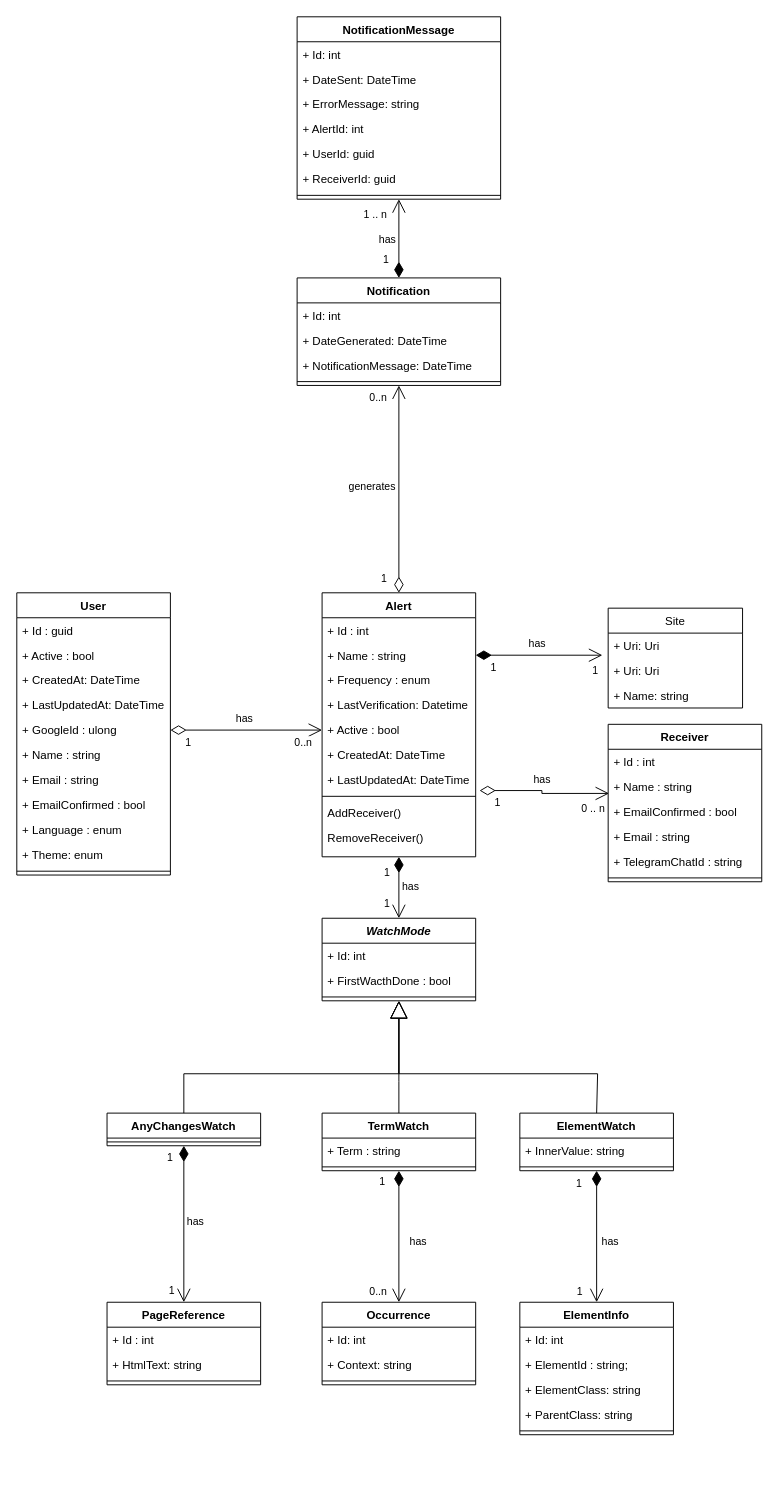
xilapa/SiteWatcher keeps this draw.io diagram as docs/SiteWatcher-ClassDiagram.drawio. Above is the earlier version. Source tidied: cells renumbered, new cells numbered last; positions are measured from the earlier drawing's top-left corner, leaving out a move shared by most shapes. Both pictures are drawn from the tidied source at 96%, with x=0, y=0 at pixel (16, 16).
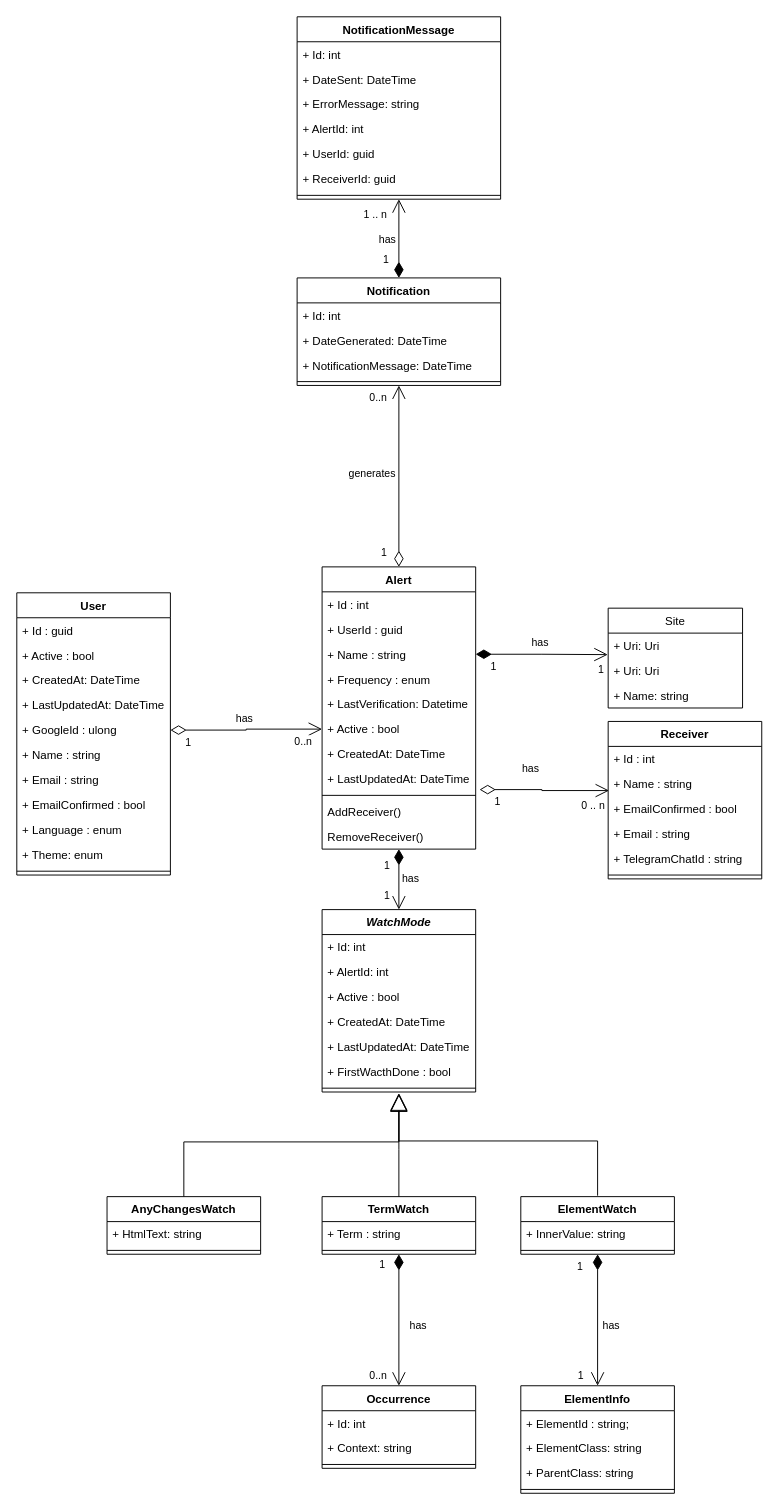
The same diagram, later.

Commit message:
adjust on watch mode class on diagram

The change refers to these unchanged cells:
```xml
<mxCell id="86" value="+ Uri: Uri" style="text;strokeColor=none;fillColor=none;align=left;verticalAlign=top;spacingLeft=4;spacingRight=4;overflow=hidden;points=[[0,0.5],[1,0.5]];portConstraint=eastwest;" parent="85" vertex="1">
  <mxGeometry y="26" width="140" height="26" as="geometry" />
</mxCell>
<mxCell id="87" value="+ Uri: Uri" style="text;strokeColor=none;fillColor=none;align=left;verticalAlign=top;spacingLeft=4;spacingRight=4;overflow=hidden;points=[[0,0.5],[1,0.5]];portConstraint=eastwest;" parent="85" vertex="1">
  <mxGeometry y="52" width="140" height="26" as="geometry" />
</mxCell>
```

Diff of the diagram source:
```diff
@@
     <mxCell id="14" value="Alert" style="swimlane;fontStyle=1;align=center;verticalAlign=top;horizontal=1;startSize=26;rounded=0;shadow=0;strokeWidth=1;" parent="1" vertex="1">
-      <mxGeometry x="318" y="600" width="160" height="275" as="geometry" />
+      <mxGeometry x="318" y="573" width="160" height="294" as="geometry" />
     </mxCell>
@@
+    <mxCell id="106" value="+ UserId : guid" style="text;align=left;verticalAlign=top;spacingLeft=4;spacingRight=4;overflow=hidden;" parent="14" vertex="1">
+      <mxGeometry y="52" width="160" height="26" as="geometry" />
+    </mxCell>
     <mxCell id="16" value="+ Name : string" style="text;align=left;verticalAlign=top;spacingLeft=4;spacingRight=4;overflow=hidden;points=[[0,0.5],[1,0.5]];portConstraint=eastwest;" parent="14" vertex="1">
-      <mxGeometry y="52" width="160" height="26" as="geometry" />
+      <mxGeometry y="78" width="160" height="26" as="geometry" />
     </mxCell>
     <mxCell id="17" value="+ Frequency : enum" style="text;align=left;verticalAlign=top;spacingLeft=4;spacingRight=4;overflow=hidden;rounded=0;shadow=0;html=0;" parent="14" vertex="1">
-      <mxGeometry y="78" width="160" height="26" as="geometry" />
+      <mxGeometry y="104" width="160" height="26" as="geometry" />
     </mxCell>
     <mxCell id="18" value="+ LastVerification: Datetime" style="text;align=left;verticalAlign=top;spacingLeft=4;spacingRight=4;overflow=hidden;rounded=0;shadow=0;html=0;" parent="14" vertex="1">
-      <mxGeometry y="104" width="160" height="26" as="geometry" />
+      <mxGeometry y="130" width="160" height="26" as="geometry" />
     </mxCell>
     <mxCell id="19" value="+ Active : bool" style="text;align=left;verticalAlign=top;spacingLeft=4;spacingRight=4;overflow=hidden;points=[[0,0.5],[1,0.5]];portConstraint=eastwest;rounded=0;shadow=0;html=0;" parent="14" vertex="1">
-      <mxGeometry y="130" width="160" height="26" as="geometry" />
+      <mxGeometry y="156" width="160" height="26" as="geometry" />
     </mxCell>
     <mxCell id="20" value="+ CreatedAt: DateTime" style="text;align=left;verticalAlign=top;spacingLeft=4;spacingRight=4;overflow=hidden;" parent="14" vertex="1">
-      <mxGeometry y="156" width="160" height="26" as="geometry" />
+      <mxGeometry y="182" width="160" height="26" as="geometry" />
     </mxCell>
     <mxCell id="21" value="+ LastUpdatedAt: DateTime" style="text;align=left;verticalAlign=top;spacingLeft=4;spacingRight=4;overflow=hidden;points=[[0,0.5],[1,0.5]];portConstraint=eastwest;" parent="14" vertex="1">
-      <mxGeometry y="182" width="160" height="26" as="geometry" />
+      <mxGeometry y="208" width="160" height="26" as="geometry" />
     </mxCell>
     <mxCell id="22" style="line;html=1;strokeWidth=1;align=left;verticalAlign=middle;spacingTop=-1;spacingLeft=3;spacingRight=3;labelPosition=right;" parent="14" vertex="1">
-      <mxGeometry y="208" width="160" height="8" as="geometry" />
+      <mxGeometry y="234" width="160" height="8" as="geometry" />
     </mxCell>
     <mxCell id="23" value="AddReceiver()" style="text;align=left;verticalAlign=top;spacingLeft=4;spacingRight=4;overflow=hidden;rounded=0;shadow=0;html=0;" parent="14" vertex="1">
-      <mxGeometry y="216" width="160" height="26" as="geometry" />
+      <mxGeometry y="242" width="160" height="26" as="geometry" />
     </mxCell>
     <mxCell id="24" value="RemoveReceiver()" style="text;align=left;verticalAlign=top;spacingLeft=4;spacingRight=4;overflow=hidden;rounded=0;shadow=0;html=0;" parent="14" vertex="1">
-      <mxGeometry y="242" width="160" height="26" as="geometry" />
+      <mxGeometry y="268" width="160" height="26" as="geometry" />
     </mxCell>
@@
     <mxCell id="26" value="Receiver" style="swimlane;fontStyle=1;align=center;verticalAlign=top;horizontal=1;startSize=26;" parent="1" vertex="1">
-      <mxGeometry x="616" y="737" width="160" height="164" as="geometry" />
+      <mxGeometry x="616" y="734" width="160" height="164" as="geometry" />
     </mxCell>
@@
     <mxCell id="33" value="WatchMode" style="swimlane;fontStyle=3;align=center;verticalAlign=top;horizontal=1;startSize=26;" parent="1" vertex="1">
-      <mxGeometry x="318" y="939" width="160" height="86" as="geometry" />
+      <mxGeometry x="318" y="930" width="160" height="190" as="geometry" />
     </mxCell>
@@
+    <mxCell id="107" value="+ AlertId: int" style="text;strokeColor=none;fillColor=none;align=left;verticalAlign=top;spacingLeft=4;spacingRight=4;overflow=hidden;" parent="33" vertex="1">
+      <mxGeometry y="52" width="160" height="26" as="geometry" />
+    </mxCell>
+    <mxCell id="108" value="+ Active : bool" style="text;align=left;verticalAlign=top;spacingLeft=4;spacingRight=4;overflow=hidden;" parent="33" vertex="1">
+      <mxGeometry y="78" width="160" height="26" as="geometry" />
+    </mxCell>
+    <mxCell id="109" value="+ CreatedAt: DateTime" style="text;align=left;verticalAlign=top;spacingLeft=4;spacingRight=4;overflow=hidden;" parent="33" vertex="1">
+      <mxGeometry y="104" width="160" height="26" as="geometry" />
+    </mxCell>
+    <mxCell id="110" value="+ LastUpdatedAt: DateTime" style="text;align=left;verticalAlign=top;spacingLeft=4;spacingRight=4;overflow=hidden;" parent="33" vertex="1">
+      <mxGeometry y="130" width="160" height="26" as="geometry" />
+    </mxCell>
     <mxCell id="35" value="+ FirstWacthDone : bool" style="text;strokeColor=none;fillColor=none;align=left;verticalAlign=top;spacingLeft=4;spacingRight=4;overflow=hidden;" parent="33" vertex="1">
-      <mxGeometry y="52" width="160" height="26" as="geometry" />
+      <mxGeometry y="156" width="160" height="26" as="geometry" />
     </mxCell>
     <mxCell id="36" style="line;strokeWidth=1;fillColor=none;align=left;verticalAlign=middle;spacingTop=-1;spacingLeft=3;spacingRight=3;labelPosition=right;" parent="33" vertex="1">
-      <mxGeometry y="78" width="160" height="8" as="geometry" />
+      <mxGeometry y="182" width="160" height="8" as="geometry" />
     </mxCell>
@@
     <mxCell id="40" value="AnyChangesWatch" style="swimlane;fontStyle=1;align=center;verticalAlign=top;horizontal=1;startSize=26;" parent="1" vertex="1">
-      <mxGeometry x="94" y="1142" width="160" height="34" as="geometry" />
+      <mxGeometry x="94" y="1229" width="160" height="60" as="geometry" />
     </mxCell>
+    <mxCell id="53" value="+ HtmlText: string" style="text;strokeColor=none;fillColor=none;align=left;verticalAlign=top;spacingLeft=4;spacingRight=4;overflow=hidden;" parent="40" vertex="1">
+      <mxGeometry y="26" width="160" height="26" as="geometry" />
+    </mxCell>
     <mxCell id="41" style="line;strokeWidth=1;fillColor=none;align=left;verticalAlign=middle;spacingTop=-1;spacingLeft=3;spacingRight=3;labelPosition=right;" parent="40" vertex="1">
-      <mxGeometry y="26" width="160" height="8" as="geometry" />
+      <mxGeometry y="52" width="160" height="8" as="geometry" />
     </mxCell>
     <mxCell id="42" value="TermWatch" style="swimlane;fontStyle=1;align=center;verticalAlign=top;horizontal=1;startSize=26;" parent="1" vertex="1">
-      <mxGeometry x="318" y="1142" width="160" height="60" as="geometry" />
+      <mxGeometry x="318" y="1229" width="160" height="60" as="geometry" />
     </mxCell>
@@
     <mxCell id="45" value="ElementWatch" style="swimlane;fontStyle=1;align=center;verticalAlign=top;horizontal=1;startSize=26;" parent="1" vertex="1">
-      <mxGeometry x="524" y="1142" width="160" height="60" as="geometry" />
+      <mxGeometry x="525" y="1229" width="160" height="60" as="geometry" />
     </mxCell>
@@
-    <mxCell id="48" style="endArrow=block;endSize=16;endFill=0;html=1;rounded=0;entryX=0.5;entryY=1;entryDx=0;entryDy=0;exitX=0.5;exitY=0;exitDx=0;exitDy=0;" parent="1" edge="1" source="40" target="33">
+    <mxCell id="48" style="endArrow=block;endSize=16;endFill=0;html=1;rounded=0;entryX=0.5;entryY=1;entryDx=0;entryDy=0;exitX=0.5;exitY=0;exitDx=0;exitDy=0;" parent="1" edge="1" source="40">
       <mxGeometry relative="1" as="geometry">
+        <mxPoint x="398" y="1122" as="targetPoint" />
         <Array as="points">
-          <mxPoint x="174" y="1101" />
-          <mxPoint x="398" y="1101" />
+          <mxPoint x="174" y="1172" />
+          <mxPoint x="398" y="1172" />
         </Array>
       </mxGeometry>
     </mxCell>
-    <mxCell id="49" style="endArrow=block;endSize=16;endFill=0;html=1;rounded=0;entryX=0.5;entryY=1;entryDx=0;entryDy=0;" parent="1" edge="1" source="42" target="33">
+    <mxCell id="49" style="endArrow=block;endSize=16;endFill=0;html=1;rounded=0;entryX=0.5;entryY=1;entryDx=0;entryDy=0;exitX=0.5;exitY=0;exitDx=0;exitDy=0;" parent="1" edge="1" source="42">
       <mxGeometry relative="1" as="geometry">
+        <mxPoint x="398" y="1122" as="targetPoint" />
         <Array as="points">
-          <mxPoint x="398" y="1109" />
+          <mxPoint x="398" y="1180" />
         </Array>
       </mxGeometry>
     </mxCell>
-    <mxCell id="50" style="endArrow=block;endSize=16;endFill=0;html=1;rounded=0;exitX=0.5;exitY=0;exitDx=0;exitDy=0;entryX=0.5;entryY=1;entryDx=0;entryDy=0;" parent="1" edge="1" source="45" target="33">
+    <mxCell id="50" style="endArrow=block;endSize=16;endFill=0;html=1;rounded=0;exitX=0.5;exitY=0;exitDx=0;exitDy=0;entryX=0.5;entryY=1;entryDx=0;entryDy=0;" parent="1" edge="1">
       <mxGeometry relative="1" as="geometry">
+        <mxPoint x="605" y="1228" as="sourcePoint" />
+        <mxPoint x="398" y="1121" as="targetPoint" />
         <Array as="points">
-          <mxPoint x="605" y="1101" />
-          <mxPoint x="398" y="1101" />
+          <mxPoint x="605" y="1171" />
+          <mxPoint x="398" y="1171" />
         </Array>
       </mxGeometry>
     </mxCell>
-    <mxCell id="51" value="PageReference" style="swimlane;fontStyle=1;align=center;verticalAlign=top;horizontal=1;startSize=26;" parent="1" vertex="1">
-      <mxGeometry x="94" y="1339" width="160" height="86" as="geometry" />
-    </mxCell>
-    <mxCell id="52" value="+ Id : int" style="text;strokeColor=none;fillColor=none;align=left;verticalAlign=top;spacingLeft=4;spacingRight=4;overflow=hidden;" parent="51" vertex="1">
-      <mxGeometry y="26" width="160" height="26" as="geometry" />
-    </mxCell>
-    <mxCell id="53" value="+ HtmlText: string" style="text;strokeColor=none;fillColor=none;align=left;verticalAlign=top;spacingLeft=4;spacingRight=4;overflow=hidden;" parent="51" vertex="1">
-      <mxGeometry y="52" width="160" height="26" as="geometry" />
-    </mxCell>
-    <mxCell id="54" style="line;strokeWidth=1;fillColor=none;align=left;verticalAlign=middle;spacingTop=-1;spacingLeft=3;spacingRight=3;labelPosition=right;" parent="51" vertex="1">
-      <mxGeometry y="78" width="160" height="8" as="geometry" />
-    </mxCell>
     <mxCell id="55" value="Occurrence" style="swimlane;fontStyle=1;align=center;verticalAlign=top;horizontal=1;startSize=26;" parent="1" vertex="1">
-      <mxGeometry x="318" y="1339" width="160" height="86" as="geometry" />
+      <mxGeometry x="318" y="1426" width="160" height="86" as="geometry" />
     </mxCell>
@@
     <mxCell id="59" value="ElementInfo" style="swimlane;fontStyle=1;align=center;verticalAlign=top;horizontal=1;startSize=26;" parent="1" vertex="1">
-      <mxGeometry x="524" y="1339" width="160" height="138" as="geometry" />
+      <mxGeometry x="525" y="1426" width="160" height="112" as="geometry" />
     </mxCell>
-    <mxCell id="60" value="+ Id: int" style="text;strokeColor=none;fillColor=none;align=left;verticalAlign=top;spacingLeft=4;spacingRight=4;overflow=hidden;" parent="59" vertex="1">
-      <mxGeometry y="26" width="160" height="26" as="geometry" />
-    </mxCell>
     <mxCell id="61" value="+ ElementId : string;" style="text;strokeColor=none;fillColor=none;align=left;verticalAlign=top;spacingLeft=4;spacingRight=4;overflow=hidden;" parent="59" vertex="1">
-      <mxGeometry y="52" width="160" height="26" as="geometry" />
+      <mxGeometry y="26" width="160" height="26" as="geometry" />
     </mxCell>
     <mxCell id="62" value="+ ElementClass: string" style="text;strokeColor=none;fillColor=none;align=left;verticalAlign=top;spacingLeft=4;spacingRight=4;overflow=hidden;" parent="59" vertex="1">
-      <mxGeometry y="78" width="160" height="26" as="geometry" />
+      <mxGeometry y="52" width="160" height="26" as="geometry" />
     </mxCell>
     <mxCell id="63" value="+ ParentClass: string" style="text;strokeColor=none;fillColor=none;align=left;verticalAlign=top;spacingLeft=4;spacingRight=4;overflow=hidden;" parent="59" vertex="1">
-      <mxGeometry y="104" width="160" height="26" as="geometry" />
+      <mxGeometry y="78" width="160" height="26" as="geometry" />
     </mxCell>
     <mxCell id="64" style="line;strokeWidth=1;fillColor=none;align=left;verticalAlign=middle;spacingTop=-1;spacingLeft=3;spacingRight=3;labelPosition=right;" parent="59" vertex="1">
-      <mxGeometry y="130" width="160" height="8" as="geometry" />
+      <mxGeometry y="104" width="160" height="8" as="geometry" />
     </mxCell>
@@
-    <mxCell id="76" value="has" style="endArrow=open;html=1;endSize=12;startArrow=diamondThin;startSize=14;startFill=1;edgeStyle=orthogonalEdgeStyle;rounded=0;exitX=0.5;exitY=1;exitDx=0;exitDy=0;entryX=0.5;entryY=0;entryDx=0;entryDy=0;" parent="1" edge="1" source="40" target="51">
-      <mxGeometry x="-0.03" y="12" relative="1" as="geometry" />
-    </mxCell>
-    <mxCell id="77" value="1" style="edgeLabel;html=1;align=left;verticalAlign=top;" parent="76" vertex="1">
-      <mxGeometry x="-1" relative="1" as="geometry">
-        <mxPoint x="-19" y="-1" as="offset" />
-      </mxGeometry>
-    </mxCell>
-    <mxCell id="78" value="1" style="edgeLabel;html=1;align=right;verticalAlign=top;" parent="76" vertex="1">
-      <mxGeometry x="1" relative="1" as="geometry">
-        <mxPoint x="-9" y="-25" as="offset" />
-      </mxGeometry>
-    </mxCell>
@@
-    <mxCell id="100" value="has" style="endArrow=open;html=1;endSize=12;startArrow=diamondThin;startSize=14;startFill=1;edgeStyle=orthogonalEdgeStyle;rounded=0;entryX=-0.043;entryY=-0.115;entryDx=0;entryDy=0;entryPerimeter=0;exitX=1;exitY=0.5;exitDx=0;exitDy=0;" parent="1" edge="1" source="16" target="87">
+    <mxCell id="100" value="has" style="endArrow=open;html=1;endSize=12;startArrow=diamondThin;startSize=14;startFill=1;edgeStyle=orthogonalEdgeStyle;rounded=0;entryX=-0.003;entryY=0.862;entryDx=0;entryDy=0;entryPerimeter=0;exitX=1;exitY=0.5;exitDx=0;exitDy=0;" parent="1" edge="1" source="16" target="86">
       <mxGeometry x="-0.03" y="12" relative="1" as="geometry" />
     </mxCell>
```
